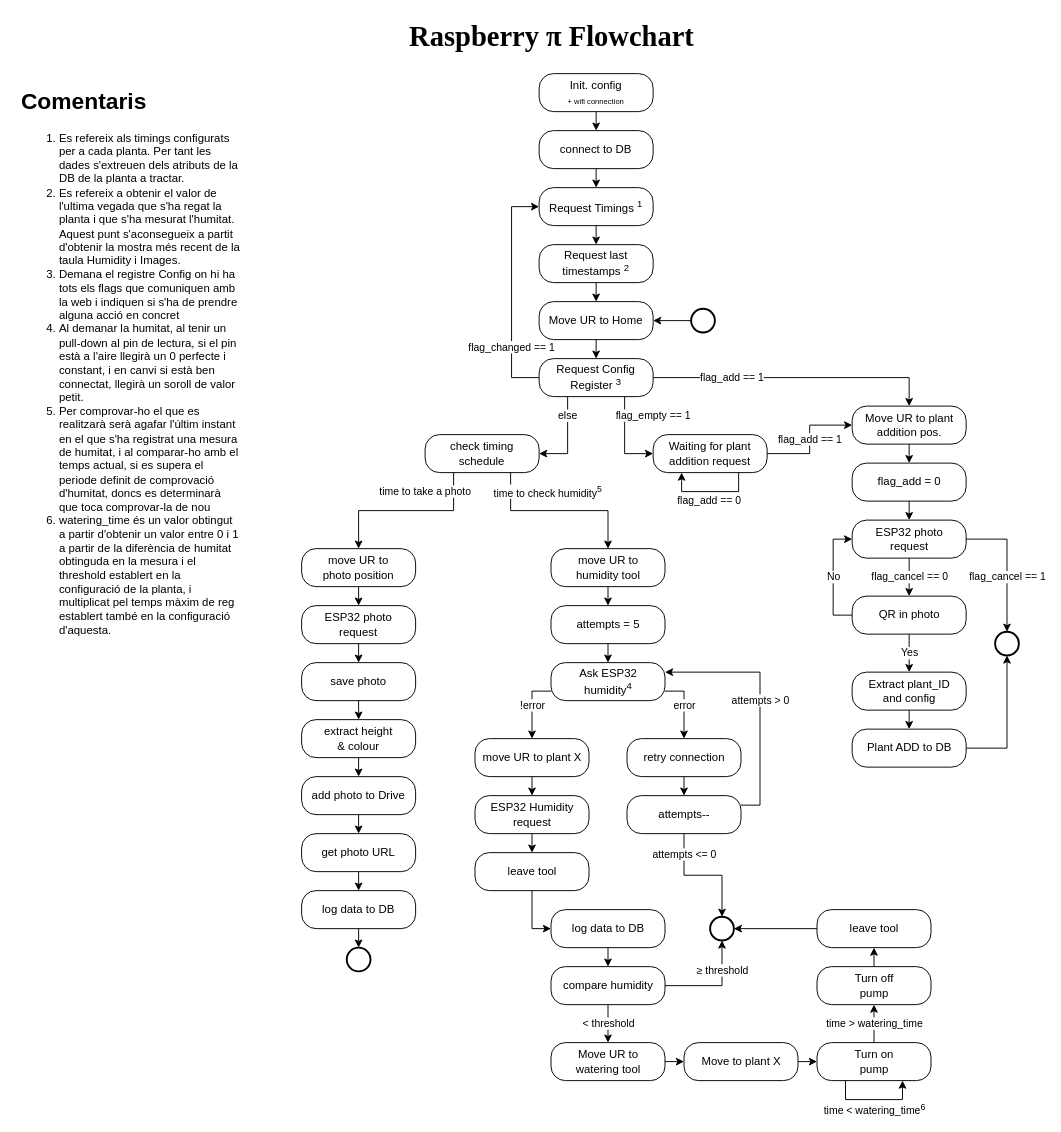
gerardPlanella/WeePlant keeps this draw.io diagram as Diagrams/FlowChart_RPi.drawio. Above is the earlier version. Source tidied: cells renumbered, new cells numbered last; positions are measured from the earlier drawing's top-left corner, leaving out a move shared by most shapes. Both pictures are drawn from the tidied source at 95%, with x=0, y=0 at pixel (16, 16).
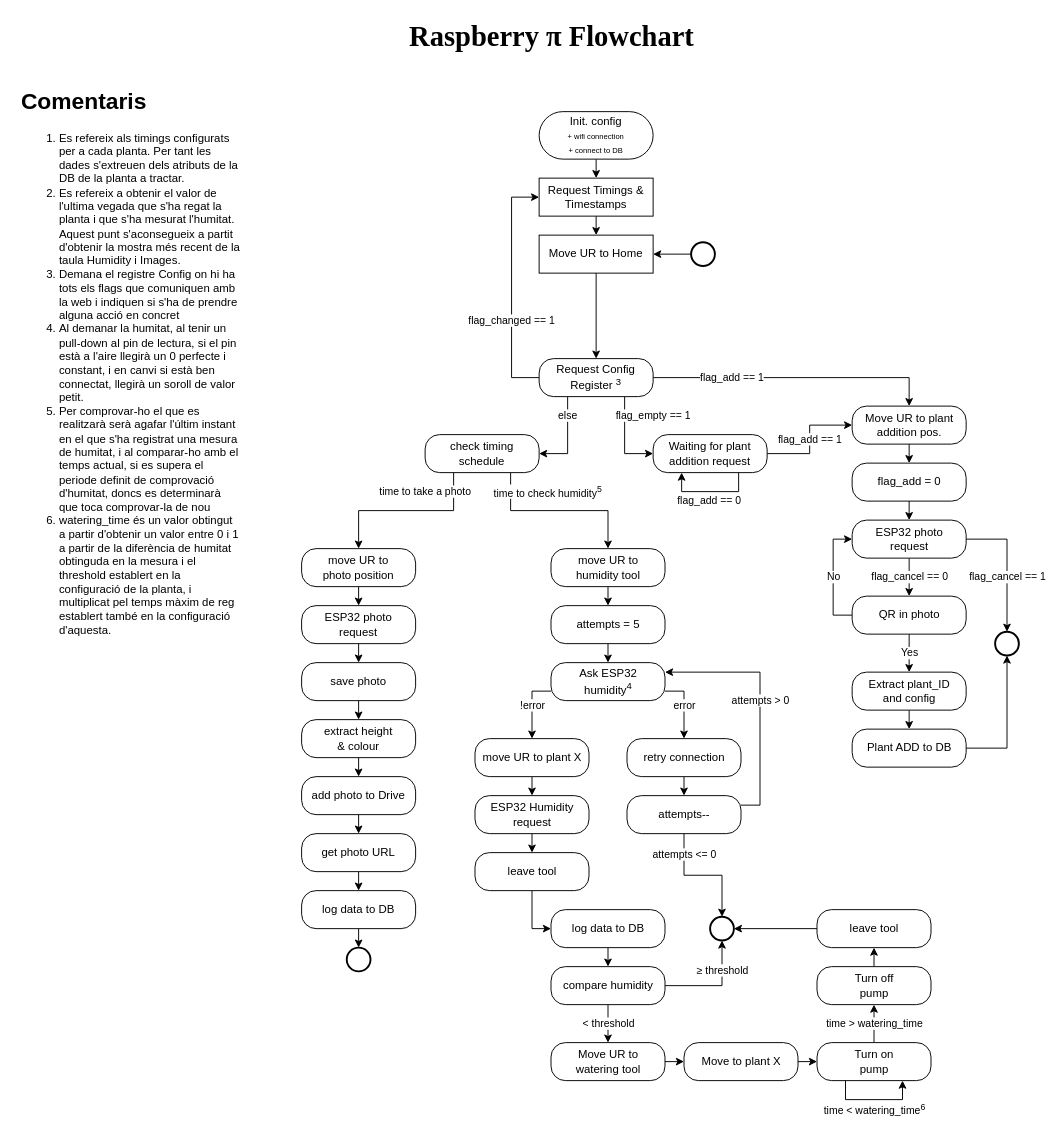
Above is the later version.

Commit message (it also covers changes not shown here):
modificat el diagrama gordo

The change refers to these unchanged cells:
```xml
<mxCell id="17" value="Request Config Register &lt;sup&gt;3&lt;/sup&gt;" style="rounded=1;whiteSpace=wrap;html=1;align=center;arcSize=38;" parent="1" vertex="1">
  <mxGeometry x="550" y="360" width="120" height="40" as="geometry" />
</mxCell>
```

Diff of the diagram source:
```diff
@@
-    <mxCell id="5" style="edgeStyle=orthogonalEdgeStyle;rounded=0;jettySize=auto;html=1;exitX=0.5;exitY=1;exitDx=0;exitDy=0;entryX=0.5;entryY=0;entryDx=0;entryDy=0;" parent="1" edge="1" source="6" target="8">
+    <mxCell id="5" style="edgeStyle=orthogonalEdgeStyle;rounded=0;jettySize=auto;html=1;exitX=0.5;exitY=1;exitDx=0;exitDy=0;entryX=0.5;entryY=0;entryDx=0;entryDy=0;" parent="1" edge="1" source="6" target="10">
       <mxGeometry relative="1" as="geometry" />
     </mxCell>
-    <mxCell id="6" value="Init. config&lt;br style=&quot;font-size: 8px&quot;&gt;&lt;font style=&quot;font-size: 8px&quot;&gt;+ wifi connection&lt;/font&gt;" style="rounded=1;whiteSpace=wrap;html=1;align=center;arcSize=38;" parent="1" vertex="1">
-      <mxGeometry x="550" y="60" width="120" height="40" as="geometry" />
+    <mxCell id="6" value="Init. config&lt;br style=&quot;font-size: 8px&quot;&gt;&lt;font style=&quot;font-size: 8px&quot;&gt;+ wifi connection&lt;br&gt;+ connect to DB&lt;br&gt;&lt;/font&gt;" style="rounded=1;whiteSpace=wrap;html=1;align=center;arcSize=50;" parent="1" vertex="1">
+      <mxGeometry x="550" y="100" width="120" height="50" as="geometry" />
     </mxCell>
-    <mxCell id="7" style="edgeStyle=orthogonalEdgeStyle;rounded=0;jettySize=auto;html=1;exitX=0.5;exitY=1;exitDx=0;exitDy=0;entryX=0.5;entryY=0;entryDx=0;entryDy=0;" parent="1" edge="1" source="8" target="10">
-      <mxGeometry relative="1" as="geometry" />
-    </mxCell>
-    <mxCell id="8" value="connect to DB" style="rounded=1;whiteSpace=wrap;html=1;align=center;arcSize=38;" parent="1" vertex="1">
-      <mxGeometry x="550" y="120" width="120" height="40" as="geometry" />
-    </mxCell>
-    <mxCell id="9" style="edgeStyle=orthogonalEdgeStyle;rounded=0;jettySize=auto;html=1;exitX=0.5;exitY=1;exitDx=0;exitDy=0;entryX=0.5;entryY=0;entryDx=0;entryDy=0;" parent="1" edge="1" source="10" target="12">
+    <mxCell id="9" style="edgeStyle=orthogonalEdgeStyle;rounded=0;jettySize=auto;html=1;exitX=0.5;exitY=1;exitDx=0;exitDy=0;entryX=0.5;entryY=0;entryDx=0;entryDy=0;" parent="1" edge="1" source="10" target="52">
       <mxGeometry relative="1" as="geometry" />
     </mxCell>
-    <mxCell id="10" value="Request Timings &lt;sup&gt;1&lt;/sup&gt;" style="rounded=1;whiteSpace=wrap;html=1;align=center;arcSize=38;" parent="1" vertex="1">
-      <mxGeometry x="550" y="180" width="120" height="40" as="geometry" />
+    <mxCell id="10" value="Request Timings &amp;amp; Timestamps" style="rounded=1;whiteSpace=wrap;html=1;align=center;arcSize=0;" parent="1" vertex="1">
+      <mxGeometry x="550" y="170" width="120" height="40" as="geometry" />
     </mxCell>
-    <mxCell id="11" style="edgeStyle=orthogonalEdgeStyle;rounded=0;jettySize=auto;html=1;exitX=0.5;exitY=1;exitDx=0;exitDy=0;entryX=0.5;entryY=0;entryDx=0;entryDy=0;" parent="1" edge="1" source="12" target="52">
-      <mxGeometry relative="1" as="geometry" />
-    </mxCell>
-    <mxCell id="12" value="Request last timestamps &lt;sup&gt;2&lt;/sup&gt;" style="rounded=1;whiteSpace=wrap;html=1;align=center;arcSize=38;" parent="1" vertex="1">
-      <mxGeometry x="550" y="240" width="120" height="40" as="geometry" />
-    </mxCell>
     <mxCell id="13" value="flag_changed == 1" style="edgeStyle=orthogonalEdgeStyle;rounded=0;jettySize=auto;html=1;exitX=0;exitY=0.5;exitDx=0;exitDy=0;entryX=0;entryY=0.5;entryDx=0;entryDy=0;" parent="1" edge="1" source="17" target="10">
-      <mxGeometry x="-0.5" relative="1" as="geometry">
+      <mxGeometry x="-0.28" relative="1" as="geometry">
         <Array as="points">
           <mxPoint x="521" y="380" />
-          <mxPoint x="521" y="200" />
+          <mxPoint x="521" y="190" />
         </Array>
-        <mxPoint y="-1" as="offset" />
       </mxGeometry>
     </mxCell>
@@
-    <mxCell id="52" value="Move UR to Home" style="rounded=1;whiteSpace=wrap;html=1;align=center;arcSize=38;" parent="1" vertex="1">
-      <mxGeometry x="550" y="300" width="120" height="40" as="geometry" />
+    <mxCell id="52" value="Move UR to Home" style="rounded=1;whiteSpace=wrap;html=1;align=center;arcSize=0;" parent="1" vertex="1">
+      <mxGeometry x="550" y="230" width="120" height="40" as="geometry" />
     </mxCell>
@@
     <mxCell id="65" style="ellipse;whiteSpace=wrap;html=1;fillColor=#FFFFFF;strokeColor=#000000;fontColor=#333333;gradientColor=none;strokeWidth=2;" parent="1" vertex="1">
-      <mxGeometry x="710" y="307.5" width="25" height="25" as="geometry" />
+      <mxGeometry x="710" y="237.5" width="25" height="25" as="geometry" />
     </mxCell>
```
